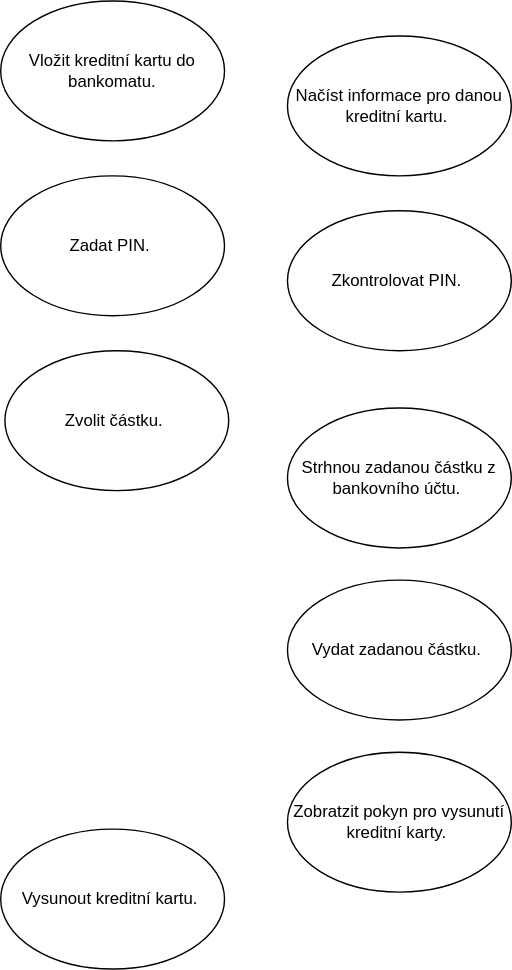
PetrHonzejk/diagrams.net keeps this draw.io diagram as bankomat.drawio.svg. Above is the earlier version. Source tidied: cells renumbered, new cells last; positions are measured from the earlier drawing's top-left corner, leaving out a move shared by most shapes.
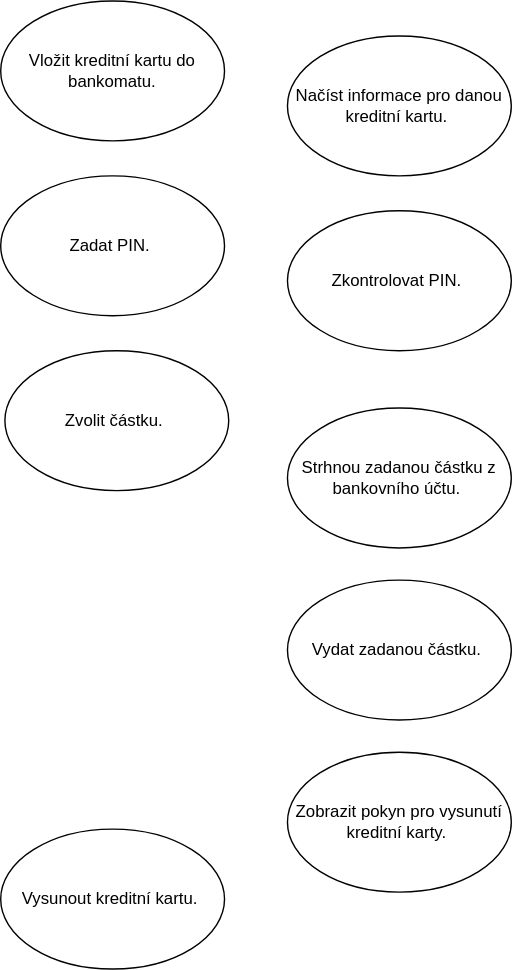
The same file after the commit.

What changed in the source:
```diff
@@ -20,7 +20,7 @@
     <mxCell id="7" value="Vydat zadanou částku.&amp;nbsp;" style="ellipse;whiteSpace=wrap;html=1;hachureGap=4;" parent="1" vertex="1">
       <mxGeometry x="205" y="414" width="160" height="100" as="geometry" />
     </mxCell>
-    <mxCell id="8" value="Zobratzit pokyn pro vysunutí kreditní karty.&amp;nbsp;" style="ellipse;whiteSpace=wrap;html=1;hachureGap=4;" parent="1" vertex="1">
+    <mxCell id="8" value="Zobrazit pokyn pro vysunutí kreditní karty.&amp;nbsp;" style="ellipse;whiteSpace=wrap;html=1;hachureGap=4;" parent="1" vertex="1">
       <mxGeometry x="205" y="537" width="160" height="100" as="geometry" />
     </mxCell>
     <mxCell id="9" value="Vysunout kreditní kartu.&amp;nbsp;" style="ellipse;whiteSpace=wrap;html=1;hachureGap=4;" parent="1" vertex="1">
```
